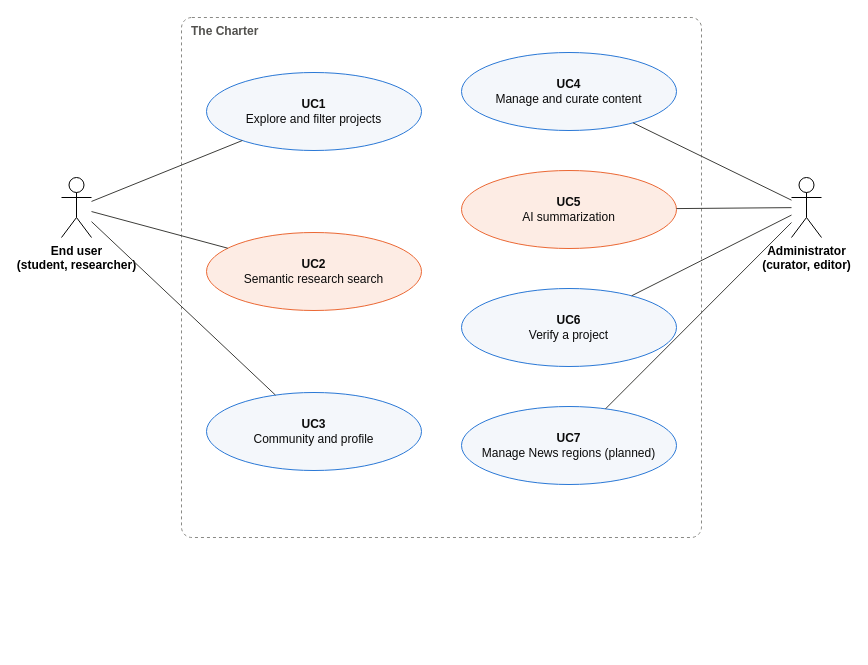
This is docs/architecture/diagrams/use-case-diagram.drawio from AnshSatiish/thecharter, a draw.io file, before an edit. Source tidied: cells renumbered, new cells numbered last; positions are measured from the earlier drawing's top-left corner, leaving out a move shared by most shapes. Both pictures are drawn from the tidied source at 100%, with x=0, y=0 at pixel (61, 17).
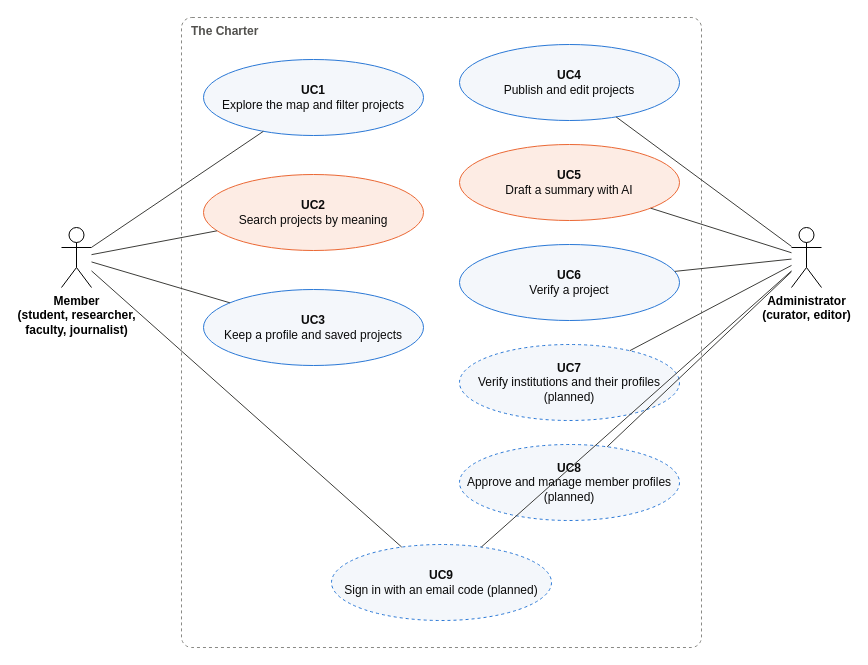
The same diagram, later.

Commit message (it also covers changes not shown here):
Report for handoff: use cases, admin rights, stakeholder types, no passwords

Change to the diagram source:
```diff
@@
     <mxCell id="2" value="The Charter" style="rounded=1;arcSize=2;dashed=1;fillColor=none;strokeColor=#8a8a86;verticalAlign=top;align=left;spacingLeft=8;fontStyle=1;fontColor=#52514e;html=1;" parent="1" vertex="1">
-      <mxGeometry x="120" width="520" height="520" as="geometry" />
+      <mxGeometry x="120" width="520" height="630" as="geometry" />
     </mxCell>
-    <mxCell id="3" value="End user&lt;br&gt;(student, researcher)" style="shape=umlActor;verticalLabelPosition=bottom;verticalAlign=top;html=1;fontStyle=1;" parent="1" vertex="1">
-      <mxGeometry y="160" width="30" height="60" as="geometry" />
-    </mxCell>
+    <mxCell id="19" value="Member&lt;br&gt;(student, researcher,&lt;br&gt;faculty, journalist)" style="shape=umlActor;verticalLabelPosition=bottom;verticalAlign=top;html=1;fontStyle=1;" parent="1" vertex="1">
+      <mxGeometry y="210" width="30" height="60" as="geometry" />
+    </mxCell>
     <mxCell id="4" value="Administrator&lt;br&gt;(curator, editor)" style="shape=umlActor;verticalLabelPosition=bottom;verticalAlign=top;html=1;fontStyle=1;" parent="1" vertex="1">
-      <mxGeometry x="730" y="160" width="30" height="60" as="geometry" />
+      <mxGeometry x="730" y="210" width="30" height="60" as="geometry" />
     </mxCell>
-    <mxCell id="5" value="&lt;b&gt;UC1&lt;/b&gt;&lt;br&gt;Explore and filter projects" style="ellipse;whiteSpace=wrap;html=1;fillColor=#f4f7fb;strokeColor=#2a78d6;fontColor=#0b0b0b;fontSize=12;" parent="1" vertex="1">
-      <mxGeometry x="145" y="55" width="215" height="78" as="geometry" />
+    <mxCell id="5" value="&lt;b&gt;UC1&lt;/b&gt;&lt;br&gt;Explore the map and filter projects" style="ellipse;whiteSpace=wrap;html=1;fillColor=#f4f7fb;strokeColor=#2a78d6;fontColor=#0b0b0b;fontSize=12;" parent="1" vertex="1">
+      <mxGeometry x="142" y="42" width="220" height="76" as="geometry" />
     </mxCell>
+    <mxCell id="20" style="endArrow=none;html=1;strokeColor=#3d3d3a;" parent="1" edge="1" source="19" target="5">
+      <mxGeometry relative="1" as="geometry" />
+    </mxCell>
-    <mxCell id="6" value="&lt;b&gt;UC2&lt;/b&gt;&lt;br&gt;Semantic research search" style="ellipse;whiteSpace=wrap;html=1;fillColor=#fdece4;strokeColor=#eb6834;fontColor=#0b0b0b;fontSize=12;" parent="1" vertex="1">
-      <mxGeometry x="145" y="215" width="215" height="78" as="geometry" />
+    <mxCell id="6" value="&lt;b&gt;UC2&lt;/b&gt;&lt;br&gt;Search projects by meaning" style="ellipse;whiteSpace=wrap;html=1;fillColor=#fdece4;strokeColor=#eb6834;fontColor=#0b0b0b;fontSize=12;" parent="1" vertex="1">
+      <mxGeometry x="142" y="157" width="220" height="76" as="geometry" />
     </mxCell>
+    <mxCell id="21" style="endArrow=none;html=1;strokeColor=#3d3d3a;" parent="1" edge="1" source="19" target="6">
+      <mxGeometry relative="1" as="geometry" />
+    </mxCell>
-    <mxCell id="7" value="&lt;b&gt;UC3&lt;/b&gt;&lt;br&gt;Community and profile" style="ellipse;whiteSpace=wrap;html=1;fillColor=#f4f7fb;strokeColor=#2a78d6;fontColor=#0b0b0b;fontSize=12;" parent="1" vertex="1">
-      <mxGeometry x="145" y="375" width="215" height="78" as="geometry" />
+    <mxCell id="7" value="&lt;b&gt;UC3&lt;/b&gt;&lt;br&gt;Keep a profile and saved projects" style="ellipse;whiteSpace=wrap;html=1;fillColor=#f4f7fb;strokeColor=#2a78d6;fontColor=#0b0b0b;fontSize=12;" parent="1" vertex="1">
+      <mxGeometry x="142" y="272" width="220" height="76" as="geometry" />
     </mxCell>
+    <mxCell id="22" style="endArrow=none;html=1;strokeColor=#3d3d3a;" parent="1" edge="1" source="19" target="7">
+      <mxGeometry relative="1" as="geometry" />
+    </mxCell>
-    <mxCell id="8" value="&lt;b&gt;UC4&lt;/b&gt;&lt;br&gt;Manage and curate content" style="ellipse;whiteSpace=wrap;html=1;fillColor=#f4f7fb;strokeColor=#2a78d6;fontColor=#0b0b0b;fontSize=12;" parent="1" vertex="1">
-      <mxGeometry x="400" y="35" width="215" height="78" as="geometry" />
+    <mxCell id="8" value="&lt;b&gt;UC4&lt;/b&gt;&lt;br&gt;Publish and edit projects" style="ellipse;whiteSpace=wrap;html=1;fillColor=#f4f7fb;strokeColor=#2a78d6;fontColor=#0b0b0b;fontSize=12;" parent="1" vertex="1">
+      <mxGeometry x="398" y="27" width="220" height="76" as="geometry" />
     </mxCell>
+    <mxCell id="15" style="endArrow=none;html=1;strokeColor=#3d3d3a;" parent="1" edge="1" source="4" target="8">
+      <mxGeometry relative="1" as="geometry" />
+    </mxCell>
-    <mxCell id="9" value="&lt;b&gt;UC5&lt;/b&gt;&lt;br&gt;AI summarization" style="ellipse;whiteSpace=wrap;html=1;fillColor=#fdece4;strokeColor=#eb6834;fontColor=#0b0b0b;fontSize=12;" parent="1" vertex="1">
-      <mxGeometry x="400" y="153" width="215" height="78" as="geometry" />
+    <mxCell id="9" value="&lt;b&gt;UC5&lt;/b&gt;&lt;br&gt;Draft a summary with AI" style="ellipse;whiteSpace=wrap;html=1;fillColor=#fdece4;strokeColor=#eb6834;fontColor=#0b0b0b;fontSize=12;" parent="1" vertex="1">
+      <mxGeometry x="398" y="127" width="220" height="76" as="geometry" />
     </mxCell>
+    <mxCell id="16" style="endArrow=none;html=1;strokeColor=#3d3d3a;" parent="1" edge="1" source="4" target="9">
+      <mxGeometry relative="1" as="geometry" />
+    </mxCell>
     <mxCell id="10" value="&lt;b&gt;UC6&lt;/b&gt;&lt;br&gt;Verify a project" style="ellipse;whiteSpace=wrap;html=1;fillColor=#f4f7fb;strokeColor=#2a78d6;fontColor=#0b0b0b;fontSize=12;" parent="1" vertex="1">
-      <mxGeometry x="400" y="271" width="215" height="78" as="geometry" />
+      <mxGeometry x="398" y="227" width="220" height="76" as="geometry" />
     </mxCell>
+    <mxCell id="17" style="endArrow=none;html=1;strokeColor=#3d3d3a;" parent="1" edge="1" source="4" target="10">
+      <mxGeometry relative="1" as="geometry" />
+    </mxCell>
-    <mxCell id="11" value="&lt;b&gt;UC7&lt;/b&gt;&lt;br&gt;Manage News regions (planned)" style="ellipse;whiteSpace=wrap;html=1;fillColor=#f4f7fb;strokeColor=#2a78d6;fontColor=#0b0b0b;fontSize=12;" parent="1" vertex="1">
-      <mxGeometry x="400" y="389" width="215" height="78" as="geometry" />
+    <mxCell id="11" value="&lt;b&gt;UC7&lt;/b&gt;&lt;br&gt;Verify institutions and their profiles (planned)" style="ellipse;whiteSpace=wrap;html=1;fillColor=#f4f7fb;strokeColor=#2a78d6;fontColor=#0b0b0b;fontSize=12;dashed=1;" parent="1" vertex="1">
+      <mxGeometry x="398" y="327" width="220" height="76" as="geometry" />
     </mxCell>
-    <mxCell id="12" style="html=1;rounded=0;strokeColor=#3d3d3a;fontSize=10;fontColor=#52514e;endArrow=none;" parent="1" edge="1" source="3" target="5">
-      <mxGeometry relative="1" as="geometry" />
-    </mxCell>
-    <mxCell id="13" style="html=1;rounded=0;strokeColor=#3d3d3a;fontSize=10;fontColor=#52514e;endArrow=none;" parent="1" edge="1" source="3" target="6">
-      <mxGeometry relative="1" as="geometry" />
-    </mxCell>
-    <mxCell id="14" style="html=1;rounded=0;strokeColor=#3d3d3a;fontSize=10;fontColor=#52514e;endArrow=none;" parent="1" edge="1" source="3" target="7">
-      <mxGeometry relative="1" as="geometry" />
-    </mxCell>
-    <mxCell id="15" style="html=1;rounded=0;strokeColor=#3d3d3a;fontSize=10;fontColor=#52514e;endArrow=none;" parent="1" edge="1" source="4" target="8">
-      <mxGeometry relative="1" as="geometry" />
-    </mxCell>
-    <mxCell id="16" style="html=1;rounded=0;strokeColor=#3d3d3a;fontSize=10;fontColor=#52514e;endArrow=none;" parent="1" edge="1" source="4" target="9">
-      <mxGeometry relative="1" as="geometry" />
-    </mxCell>
-    <mxCell id="17" style="html=1;rounded=0;strokeColor=#3d3d3a;fontSize=10;fontColor=#52514e;endArrow=none;" parent="1" edge="1" source="4" target="10">
-      <mxGeometry relative="1" as="geometry" />
-    </mxCell>
-    <mxCell id="18" style="html=1;rounded=0;strokeColor=#3d3d3a;fontSize=10;fontColor=#52514e;endArrow=none;" parent="1" edge="1" source="4" target="11">
+    <mxCell id="18" style="endArrow=none;html=1;strokeColor=#3d3d3a;" parent="1" edge="1" source="4" target="11">
       <mxGeometry relative="1" as="geometry" />
     </mxCell>
+    <mxCell id="23" value="&lt;b&gt;UC8&lt;/b&gt;&lt;br&gt;Approve and manage member profiles (planned)" style="ellipse;whiteSpace=wrap;html=1;fillColor=#f4f7fb;strokeColor=#2a78d6;fontColor=#0b0b0b;fontSize=12;dashed=1;" parent="1" vertex="1">
+      <mxGeometry x="398" y="427" width="220" height="76" as="geometry" />
+    </mxCell>
+    <mxCell id="24" style="endArrow=none;html=1;strokeColor=#3d3d3a;" parent="1" edge="1" source="4" target="23">
+      <mxGeometry relative="1" as="geometry" />
+    </mxCell>
+    <mxCell id="25" value="&lt;b&gt;UC9&lt;/b&gt;&lt;br&gt;Sign in with an email code (planned)" style="ellipse;whiteSpace=wrap;html=1;fillColor=#f4f7fb;strokeColor=#2a78d6;fontColor=#0b0b0b;fontSize=12;dashed=1;" parent="1" vertex="1">
+      <mxGeometry x="270" y="527" width="220" height="76" as="geometry" />
+    </mxCell>
+    <mxCell id="26" style="endArrow=none;html=1;strokeColor=#3d3d3a;" parent="1" edge="1" source="19" target="25">
+      <mxGeometry relative="1" as="geometry" />
+    </mxCell>
+    <mxCell id="27" style="endArrow=none;html=1;strokeColor=#3d3d3a;" parent="1" edge="1" source="4" target="25">
+      <mxGeometry relative="1" as="geometry" />
+    </mxCell>
```
